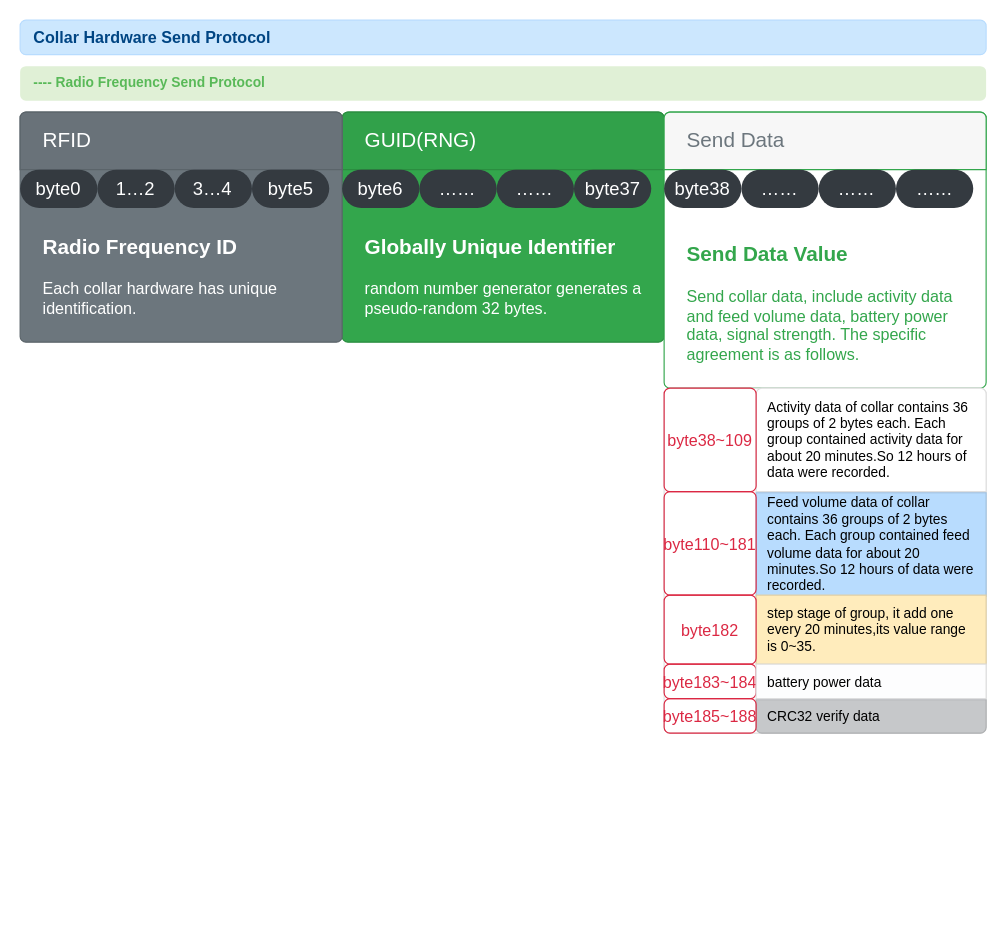
The draw.io diagram page "Collar Hardware Send Protocol" (3 of 5) of Doc/Hardware Protocol.drawio in phoenix9668/Collector, before the edit. Source tidied: cells renumbered, new cells numbered last; positions are measured from the earlier drawing's top-left corner, leaving out a move shared by most shapes. Both pictures are drawn from the tidied source at 115%, with x=0, y=0 at pixel (20, 20).
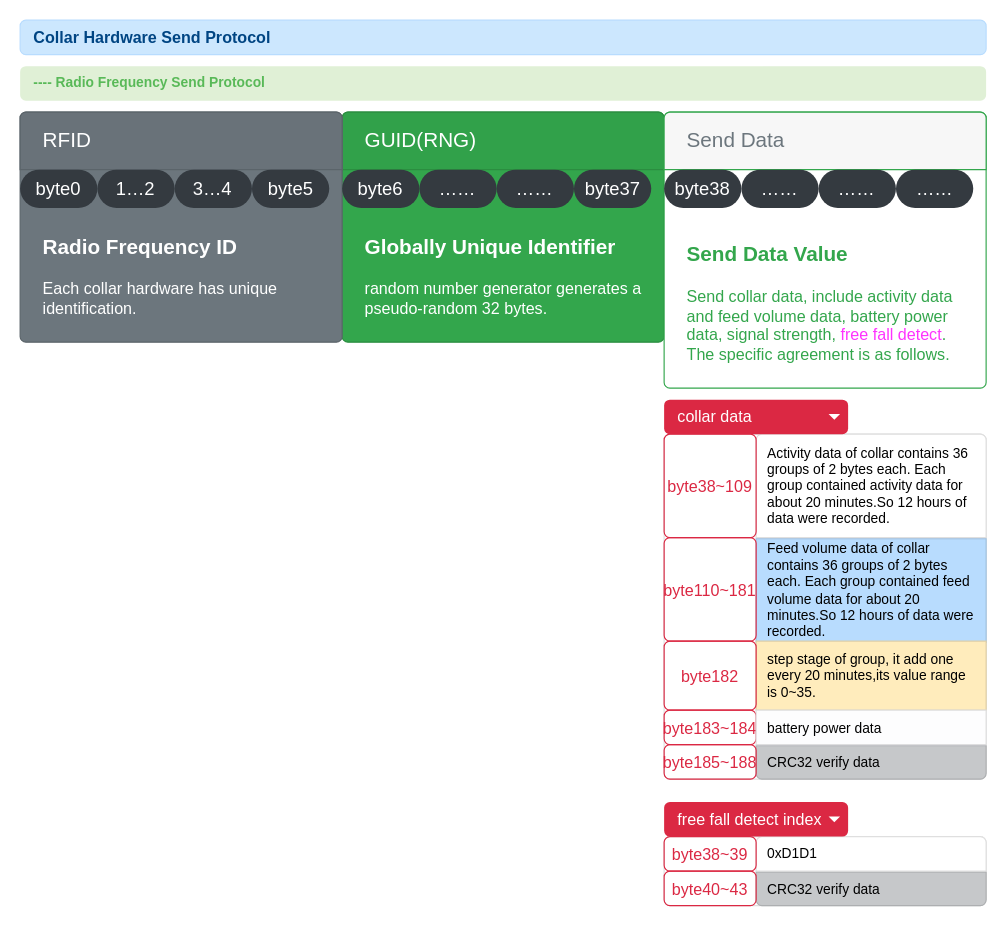
The same diagram, later.

What changed in the source:
```diff
@@
-    <mxCell id="10" value="&lt;b&gt;&lt;font style=&quot;font-size: 18px&quot;&gt;Send Data Value&lt;/font&gt;&lt;/b&gt;&lt;br style=&quot;font-size: 14px&quot;&gt;&lt;br style=&quot;font-size: 14px&quot;&gt;Send collar data, include activity data and feed volume data, battery power data, signal strength. The specific agreement is as follows." style="html=1;shadow=0;dashed=0;shape=mxgraph.bootstrap.rrect;rSize=5;strokeColor=#33A64C;html=1;whiteSpace=wrap;fillColor=#ffffff;fontColor=#33A64C;verticalAlign=bottom;align=left;spacing=20;spacingBottom=0;fontSize=14;" parent="1" vertex="1">
+    <mxCell id="10" value="&lt;b&gt;&lt;font style=&quot;font-size: 18px&quot;&gt;Send Data Value&lt;/font&gt;&lt;/b&gt;&lt;br style=&quot;font-size: 14px&quot;&gt;&lt;br style=&quot;font-size: 14px&quot;&gt;Send collar data, include activity data and feed volume data, battery power data, signal strength, &lt;font color=&quot;#ff33ff&quot;&gt;free&amp;nbsp;fall detect&lt;/font&gt;. The specific agreement is as follows." style="html=1;shadow=0;dashed=0;shape=mxgraph.bootstrap.rrect;rSize=5;strokeColor=#33A64C;html=1;whiteSpace=wrap;fillColor=#ffffff;fontColor=#33A64C;verticalAlign=bottom;align=left;spacing=20;spacingBottom=0;fontSize=14;" parent="1" vertex="1">
       <mxGeometry x="560" y="80" width="280" height="240" as="geometry" />
     </mxCell>
@@
     <mxCell id="21" style="html=1;shadow=0;dashed=0;shape=mxgraph.bootstrap.rrect;rSize=5;strokeColor=#DFDFDF;html=1;whiteSpace=wrap;fillColor=#FFFFFF;fontColor=#000000;" parent="1" vertex="1">
-      <mxGeometry x="560" y="320" width="280" height="300" as="geometry" />
+      <mxGeometry x="560" y="360" width="280" height="300" as="geometry" />
     </mxCell>
@@
+    <mxCell id="33" value="collar data" style="html=1;shadow=0;dashed=0;shape=mxgraph.bootstrap.rrect;rSize=5;strokeColor=none;strokeWidth=1;fillColor=#DB2843;fontColor=#ffffff;whiteSpace=wrap;align=left;verticalAlign=middle;fontStyle=0;fontSize=14;spacingLeft=10;" parent="1" vertex="1">
+      <mxGeometry x="560" y="330" width="160" height="30" as="geometry" />
+    </mxCell>
+    <mxCell id="34" style="shape=triangle;direction=south;fillColor=#ffffff;strokeColor=none;perimeter=none;" parent="33" vertex="1">
+      <mxGeometry x="1" y="0.5" width="10" height="5" relative="1" as="geometry">
+        <mxPoint x="-17" y="-2.5" as="offset" />
+      </mxGeometry>
+    </mxCell>
+    <mxCell id="35" style="html=1;shadow=0;dashed=0;shape=mxgraph.bootstrap.rrect;rSize=5;strokeColor=#DFDFDF;html=1;whiteSpace=wrap;fillColor=#FFFFFF;fontColor=#000000;" parent="1" vertex="1">
+      <mxGeometry x="560" y="710" width="280" height="60" as="geometry" />
+    </mxCell>
+    <mxCell id="36" value="0xD1D1" style="strokeColor=inherit;fillColor=inherit;gradientColor=inherit;fontColor=inherit;html=1;shadow=0;dashed=0;shape=mxgraph.bootstrap.topButton;rSize=5;perimeter=none;whiteSpace=wrap;align=left;spacing=10;" parent="35" vertex="1">
+      <mxGeometry width="200" height="30" relative="1" as="geometry">
+        <mxPoint x="80" as="offset" />
+      </mxGeometry>
+    </mxCell>
+    <mxCell id="37" value="&lt;span style=&quot;color: rgb(0 , 0 , 0)&quot;&gt;CRC32 verify data&lt;/span&gt;" style="html=1;shadow=0;dashed=0;shape=mxgraph.bootstrap.bottomButton;fillColor=#C6C8CA;strokeColor=#ADAFB1;fontColor=#1B1E21;rSize=5;perimeter=none;whiteSpace=wrap;align=left;spacing=10;" parent="35" vertex="1">
+      <mxGeometry y="1" width="200" height="29" relative="1" as="geometry">
+        <mxPoint x="80" y="-29" as="offset" />
+      </mxGeometry>
+    </mxCell>
+    <mxCell id="38" value="&lt;font style=&quot;font-size: 14px&quot; color=&quot;#db2843&quot;&gt;byte38~39&lt;/font&gt;" style="html=1;shadow=0;dashed=0;shape=mxgraph.bootstrap.rrect;rSize=5;strokeColor=#DB2843;strokeWidth=1;fillColor=none;fontColor=#33A64C;whiteSpace=wrap;align=center;verticalAlign=middle;spacingLeft=0;fontStyle=0;fontSize=16;spacing=5;" parent="35" vertex="1">
+      <mxGeometry width="80" height="30" as="geometry" />
+    </mxCell>
+    <mxCell id="39" value="&lt;span style=&quot;color: rgb(219 , 40 , 67) ; font-size: 14px&quot;&gt;byte40~43&lt;br&gt;&lt;/span&gt;" style="html=1;shadow=0;dashed=0;shape=mxgraph.bootstrap.rrect;rSize=5;strokeColor=#DB2843;strokeWidth=1;fillColor=none;fontColor=#33A64C;whiteSpace=wrap;align=center;verticalAlign=middle;spacingLeft=0;fontStyle=0;fontSize=16;spacing=5;" parent="35" vertex="1">
+      <mxGeometry y="30" width="80" height="30" as="geometry" />
+    </mxCell>
+    <mxCell id="40" value="free fall detect index" style="html=1;shadow=0;dashed=0;shape=mxgraph.bootstrap.rrect;rSize=5;strokeColor=none;strokeWidth=1;fillColor=#DB2843;fontColor=#ffffff;whiteSpace=wrap;align=left;verticalAlign=middle;fontStyle=0;fontSize=14;spacingLeft=10;" parent="1" vertex="1">
+      <mxGeometry x="560" y="680" width="160" height="30" as="geometry" />
+    </mxCell>
+    <mxCell id="41" style="shape=triangle;direction=south;fillColor=#ffffff;strokeColor=none;perimeter=none;" parent="40" vertex="1">
+      <mxGeometry x="1" y="0.5" width="10" height="5" relative="1" as="geometry">
+        <mxPoint x="-17" y="-2.5" as="offset" />
+      </mxGeometry>
+    </mxCell>
```
